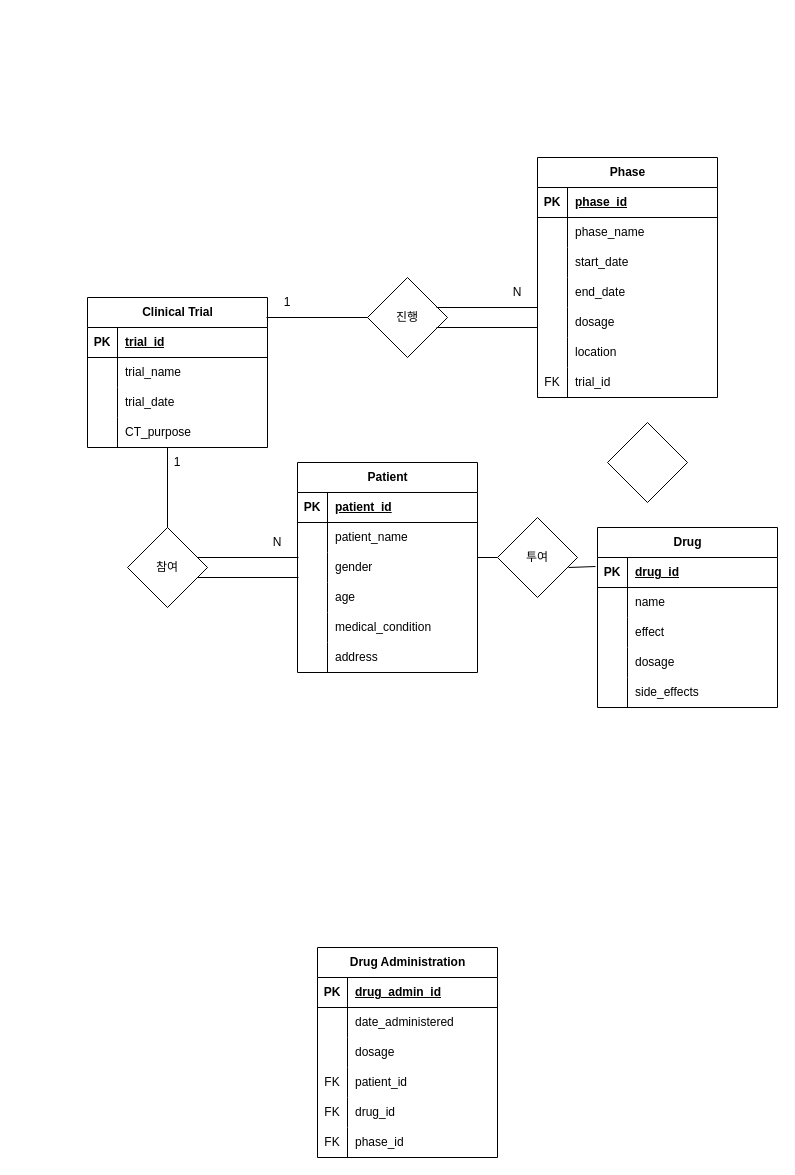
Above: 제목 없는 다이어그램.drawio in Daon312/githubtest (draw.io), before the change. Source tidied: cells renumbered, new cells numbered last; positions are measured from the earlier drawing's top-left corner, leaving out a move shared by most shapes. Both pictures are drawn from the tidied source at 100%, with x=0, y=0 at pixel (87, 157).
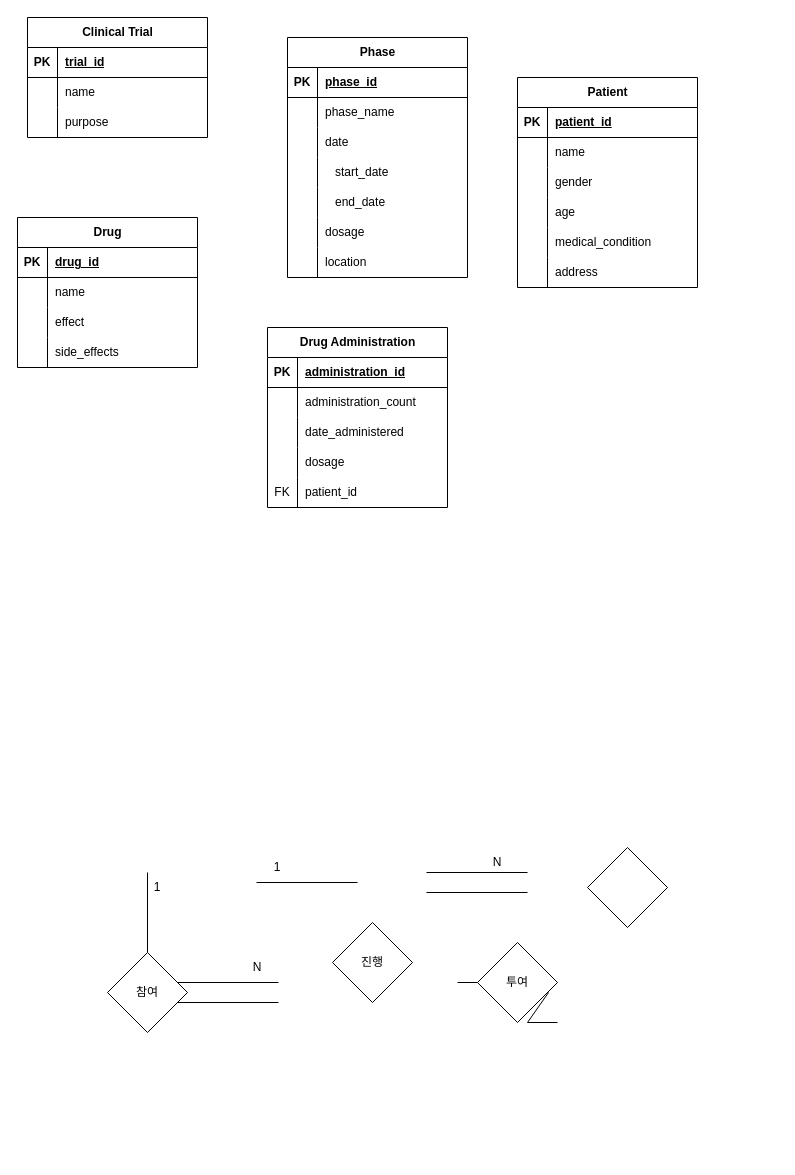
After the change.

Commit message (it also covers changes not shown here):
제목 없는 다이어그램.drawio 업데이트

The change refers to these unchanged cells:
```xml
<mxCell id="6" style="shape=tableRow;horizontal=0;startSize=0;swimlaneHead=0;swimlaneBody=0;fillColor=none;top=0;left=0;right=0;bottom=0;" parent="2" vertex="1">
  <mxGeometry y="60" width="180" height="30" as="geometry" />
</mxCell>
<mxCell id="22" style="shape=tableRow;horizontal=0;startSize=0;swimlaneHead=0;swimlaneBody=0;fillColor=none;top=0;left=0;right=0;bottom=0;" parent="15" vertex="1">
  <mxGeometry y="90" width="180" height="30" as="geometry" />
</mxCell>
<mxCell id="25" style="shape=tableRow;horizontal=0;startSize=0;swimlaneHead=0;swimlaneBody=0;fillColor=none;top=0;left=0;right=0;bottom=0;" parent="15" vertex="1">
  <mxGeometry y="120" width="180" height="30" as="geometry" />
</mxCell>
<mxCell id="28" style="shape=tableRow;horizontal=0;startSize=0;swimlaneHead=0;swimlaneBody=0;fillColor=none;top=0;left=0;right=0;bottom=0;" parent="15" vertex="1">
  <mxGeometry y="150" width="180" height="30" as="geometry" />
</mxCell>
<mxCell id="31" style="shape=tableRow;horizontal=0;startSize=0;swimlaneHead=0;swimlaneBody=0;fillColor=none;top=0;left=0;right=0;bottom=0;" parent="15" vertex="1">
  <mxGeometry y="180" width="180" height="30" as="geometry" />
</mxCell>
<mxCell id="34" style="shape=tableRow;horizontal=0;startSize=0;swimlaneHead=0;swimlaneBody=0;fillColor=none;top=0;left=0;right=0;bottom=0;" parent="15" vertex="1">
  <mxGeometry y="210" width="180" height="30" as="geometry" />
</mxCell>
<mxCell id="41" style="shape=tableRow;horizontal=0;startSize=0;swimlaneHead=0;swimlaneBody=0;fillColor=none;top=0;left=0;right=0;bottom=0;" parent="37" vertex="1">
  <mxGeometry y="60" width="180" height="30" as="geometry" />
</mxCell>
<mxCell id="57" style="shape=tableRow;horizontal=0;startSize=0;swimlaneHead=0;swimlaneBody=0;fillColor=none;points=[[0,0.5],[1,0.5]];portConstraint=eastwest;top=0;left=0;right=0;bottom=1;" parent="56" vertex="1">
  <mxGeometry y="30" width="180" height="30" as="geometry" />
</mxCell>
<mxCell id="73" style="shape=tableRow;horizontal=0;startSize=0;swimlaneHead=0;swimlaneBody=0;fillColor=none;top=0;left=0;right=0;bottom=1;" parent="72" vertex="1">
  <mxGeometry y="30" width="180" height="30" as="geometry" />
</mxCell>
<mxCell id="76" style="shape=tableRow;horizontal=0;startSize=0;swimlaneHead=0;swimlaneBody=0;fillColor=none;top=0;left=0;right=0;bottom=0;" parent="72" vertex="1">
  <mxGeometry y="60" width="180" height="30" as="geometry" />
</mxCell>
<mxCell id="79" style="shape=tableRow;horizontal=0;startSize=0;swimlaneHead=0;swimlaneBody=0;fillColor=none;top=0;left=0;right=0;bottom=0;" parent="72" vertex="1">
  <mxGeometry y="90" width="180" height="30" as="geometry" />
</mxCell>
```

Change to the diagram source:
```diff
@@
     <mxCell id="2" value="Clinical Trial" style="shape=table;startSize=30;childLayout=tableLayout;rowLines=0;fontStyle=1;align=center;html=1;" parent="1" vertex="1">
-      <mxGeometry y="140" width="180" height="150" as="geometry" />
+      <mxGeometry x="-60" y="-140" width="180" height="120" as="geometry" />
     </mxCell>
@@
-    <mxCell id="8" value="trial_name" style="shape=partialRectangle;fillColor=none;top=0;left=0;bottom=0;right=0;align=left;spacingLeft=6;overflow=hidden;whiteSpace=wrap;html=1;" parent="6" vertex="1">
+    <mxCell id="8" value="name" style="shape=partialRectangle;fillColor=none;top=0;left=0;bottom=0;right=0;align=left;spacingLeft=6;overflow=hidden;whiteSpace=wrap;html=1;" parent="6" vertex="1">
       <mxGeometry x="30" width="150" height="30" as="geometry" />
     </mxCell>
-    <mxCell id="9" style="shape=tableRow;horizontal=0;startSize=0;swimlaneHead=0;swimlaneBody=0;fillColor=none;top=0;left=0;right=0;bottom=0;" parent="2" vertex="1">
-      <mxGeometry y="90" width="180" height="30" as="geometry" />
-    </mxCell>
-    <mxCell id="10" style="shape=partialRectangle;fillColor=none;top=0;left=0;bottom=0;right=0;overflow=hidden;whiteSpace=wrap;html=1;" parent="9" vertex="1">
-      <mxGeometry width="30" height="30" as="geometry" />
-    </mxCell>
-    <mxCell id="11" value="trial_date" style="shape=partialRectangle;fillColor=none;top=0;left=0;bottom=0;right=0;align=left;spacingLeft=6;overflow=hidden;whiteSpace=wrap;html=1;" parent="9" vertex="1">
-      <mxGeometry x="30" width="150" height="30" as="geometry" />
-    </mxCell>
     <mxCell id="12" style="shape=tableRow;horizontal=0;startSize=0;swimlaneHead=0;swimlaneBody=0;fillColor=none;top=0;left=0;right=0;bottom=0;" parent="2" vertex="1">
-      <mxGeometry y="120" width="180" height="30" as="geometry" />
+      <mxGeometry y="90" width="180" height="30" as="geometry" />
     </mxCell>
@@
-    <mxCell id="14" value="CT_purpose" style="shape=partialRectangle;fillColor=none;top=0;left=0;bottom=0;right=0;align=left;spacingLeft=6;overflow=hidden;whiteSpace=wrap;html=1;" parent="12" vertex="1">
+    <mxCell id="14" value="purpose" style="shape=partialRectangle;fillColor=none;top=0;left=0;bottom=0;right=0;align=left;spacingLeft=6;overflow=hidden;whiteSpace=wrap;html=1;" parent="12" vertex="1">
       <mxGeometry x="30" width="150" height="30" as="geometry" />
     </mxCell>
     <mxCell id="15" value="Phase" style="shape=table;startSize=30;childLayout=tableLayout;rowLines=0;fontStyle=1;align=center;html=1;" parent="1" vertex="1">
-      <mxGeometry x="450" width="180" height="240" as="geometry" />
+      <mxGeometry x="200" y="-120" width="180" height="240" as="geometry" />
     </mxCell>
@@
-    <mxCell id="24" value="start_date" style="shape=partialRectangle;fillColor=none;top=0;left=0;bottom=0;right=0;align=left;spacingLeft=6;overflow=hidden;whiteSpace=wrap;html=1;" parent="22" vertex="1">
+    <mxCell id="24" value="date" style="shape=partialRectangle;fillColor=none;top=0;left=0;bottom=0;right=0;align=left;spacingLeft=6;overflow=hidden;whiteSpace=wrap;html=1;" parent="22" vertex="1">
       <mxGeometry x="30" width="150" height="30" as="geometry" />
     </mxCell>
@@
-    <mxCell id="27" value="end_date" style="shape=partialRectangle;fillColor=none;top=0;left=0;bottom=0;right=0;align=left;spacingLeft=6;overflow=hidden;whiteSpace=wrap;html=1;" parent="25" vertex="1">
+    <mxCell id="27" value="&amp;nbsp; &amp;nbsp;start_date" style="shape=partialRectangle;fillColor=none;top=0;left=0;bottom=0;right=0;align=left;spacingLeft=6;overflow=hidden;whiteSpace=wrap;html=1;" parent="25" vertex="1">
       <mxGeometry x="30" width="150" height="30" as="geometry" />
     </mxCell>
@@
-    <mxCell id="30" value="dosage" style="shape=partialRectangle;fillColor=none;top=0;left=0;bottom=0;right=0;align=left;spacingLeft=6;overflow=hidden;whiteSpace=wrap;html=1;" parent="28" vertex="1">
+    <mxCell id="30" value="&amp;nbsp; &amp;nbsp;end_date" style="shape=partialRectangle;fillColor=none;top=0;left=0;bottom=0;right=0;align=left;spacingLeft=6;overflow=hidden;whiteSpace=wrap;html=1;" parent="28" vertex="1">
       <mxGeometry x="30" width="150" height="30" as="geometry" />
     </mxCell>
@@
-    <mxCell id="33" value="location" style="shape=partialRectangle;fillColor=none;top=0;left=0;bottom=0;right=0;align=left;spacingLeft=6;overflow=hidden;whiteSpace=wrap;html=1;" parent="31" vertex="1">
+    <mxCell id="33" value="dosage" style="shape=partialRectangle;fillColor=none;top=0;left=0;bottom=0;right=0;align=left;spacingLeft=6;overflow=hidden;whiteSpace=wrap;html=1;" parent="31" vertex="1">
       <mxGeometry x="30" width="150" height="30" as="geometry" />
     </mxCell>
@@
-    <mxCell id="35" value="FK" style="shape=partialRectangle;fillColor=none;top=0;left=0;bottom=0;right=0;overflow=hidden;whiteSpace=wrap;html=1;" parent="34" vertex="1">
+    <mxCell id="35" style="shape=partialRectangle;fillColor=none;top=0;left=0;bottom=0;right=0;overflow=hidden;whiteSpace=wrap;html=1;" parent="34" vertex="1">
       <mxGeometry width="30" height="30" as="geometry" />
     </mxCell>
-    <mxCell id="36" value="trial_id" style="shape=partialRectangle;fillColor=none;top=0;left=0;bottom=0;right=0;align=left;spacingLeft=6;overflow=hidden;whiteSpace=wrap;html=1;" parent="34" vertex="1">
+    <mxCell id="36" value="location" style="shape=partialRectangle;fillColor=none;top=0;left=0;bottom=0;right=0;align=left;spacingLeft=6;overflow=hidden;whiteSpace=wrap;html=1;" parent="34" vertex="1">
       <mxGeometry x="30" width="150" height="30" as="geometry" />
     </mxCell>
     <mxCell id="37" value="Patient" style="shape=table;startSize=30;childLayout=tableLayout;rowLines=0;fontStyle=1;align=center;html=1;" parent="1" vertex="1">
-      <mxGeometry x="210" y="305" width="180" height="210" as="geometry" />
+      <mxGeometry x="430" y="-80" width="180" height="210" as="geometry" />
     </mxCell>
@@
-    <mxCell id="43" value="patient_name" style="shape=partialRectangle;fillColor=none;top=0;left=0;bottom=0;right=0;align=left;spacingLeft=6;overflow=hidden;whiteSpace=wrap;html=1;" parent="41" vertex="1">
+    <mxCell id="43" value="name" style="shape=partialRectangle;fillColor=none;top=0;left=0;bottom=0;right=0;align=left;spacingLeft=6;overflow=hidden;whiteSpace=wrap;html=1;" parent="41" vertex="1">
       <mxGeometry x="30" width="150" height="30" as="geometry" />
     </mxCell>
@@
     <mxCell id="56" value="Drug" style="shape=table;startSize=30;childLayout=tableLayout;rowLines=0;fontStyle=1;align=center;html=1;" parent="1" vertex="1">
-      <mxGeometry x="510" y="370" width="180" height="180" as="geometry" />
+      <mxGeometry x="-70" y="60" width="180" height="150" as="geometry" />
     </mxCell>
@@
-    <mxCell id="66" style="shape=tableRow;horizontal=0;startSize=0;swimlaneHead=0;swimlaneBody=0;fillColor=none;top=0;left=0;right=0;bottom=0;" parent="56" vertex="1">
-      <mxGeometry y="120" width="180" height="30" as="geometry" />
-    </mxCell>
-    <mxCell id="67" style="shape=partialRectangle;fillColor=none;top=0;left=0;bottom=0;right=0;overflow=hidden;whiteSpace=wrap;html=1;" parent="66" vertex="1">
-      <mxGeometry width="30" height="30" as="geometry" />
-    </mxCell>
-    <mxCell id="68" value="dosage" style="shape=partialRectangle;fillColor=none;top=0;left=0;bottom=0;right=0;align=left;spacingLeft=6;overflow=hidden;whiteSpace=wrap;html=1;" parent="66" vertex="1">
-      <mxGeometry x="30" width="150" height="30" as="geometry" />
-    </mxCell>
     <mxCell id="69" style="shape=tableRow;horizontal=0;startSize=0;swimlaneHead=0;swimlaneBody=0;fillColor=none;top=0;left=0;right=0;bottom=0;" parent="56" vertex="1">
-      <mxGeometry y="150" width="180" height="30" as="geometry" />
+      <mxGeometry y="120" width="180" height="30" as="geometry" />
     </mxCell>
@@
     <mxCell id="72" value="Drug Administration" style="shape=table;startSize=30;childLayout=tableLayout;rowLines=0;fontStyle=1;align=center;html=1;" parent="1" vertex="1">
-      <mxGeometry x="230" y="790" width="180" height="210" as="geometry" />
+      <mxGeometry x="180" y="170" width="180" height="180" as="geometry" />
     </mxCell>
@@
-    <mxCell id="75" value="drug_admin_id" style="shape=partialRectangle;fillColor=none;top=0;left=0;bottom=0;right=0;align=left;spacingLeft=6;fontStyle=5;overflow=hidden;whiteSpace=wrap;html=1;" parent="73" vertex="1">
+    <mxCell id="75" value="administration_id" style="shape=partialRectangle;fillColor=none;top=0;left=0;bottom=0;right=0;align=left;spacingLeft=6;fontStyle=5;overflow=hidden;whiteSpace=wrap;html=1;" parent="73" vertex="1">
       <mxGeometry x="30" width="150" height="30" as="geometry" />
     </mxCell>
@@
-    <mxCell id="78" value="date_administered" style="shape=partialRectangle;fillColor=none;top=0;left=0;bottom=0;right=0;align=left;spacingLeft=6;overflow=hidden;whiteSpace=wrap;html=1;" parent="76" vertex="1">
+    <mxCell id="78" value="administration_count" style="shape=partialRectangle;fillColor=none;top=0;left=0;bottom=0;right=0;align=left;spacingLeft=6;overflow=hidden;whiteSpace=wrap;html=1;" parent="76" vertex="1">
       <mxGeometry x="30" width="150" height="30" as="geometry" />
     </mxCell>
@@
-    <mxCell id="81" value="dosage" style="shape=partialRectangle;fillColor=none;top=0;left=0;bottom=0;right=0;align=left;spacingLeft=6;overflow=hidden;whiteSpace=wrap;html=1;" parent="79" vertex="1">
+    <mxCell id="81" value="date_administered" style="shape=partialRectangle;fillColor=none;top=0;left=0;bottom=0;right=0;align=left;spacingLeft=6;overflow=hidden;whiteSpace=wrap;html=1;" parent="79" vertex="1">
       <mxGeometry x="30" width="150" height="30" as="geometry" />
     </mxCell>
-    <mxCell id="82" style="shape=tableRow;horizontal=0;startSize=0;swimlaneHead=0;swimlaneBody=0;fillColor=none;top=0;left=0;right=0;bottom=0;" parent="72" vertex="1">
-      <mxGeometry y="120" width="180" height="30" as="geometry" />
-    </mxCell>
-    <mxCell id="83" value="FK" style="shape=partialRectangle;fillColor=none;top=0;left=0;bottom=0;right=0;overflow=hidden;whiteSpace=wrap;html=1;" parent="82" vertex="1">
-      <mxGeometry width="30" height="30" as="geometry" />
-    </mxCell>
-    <mxCell id="84" value="patient_id" style="shape=partialRectangle;fillColor=none;top=0;left=0;bottom=0;right=0;align=left;spacingLeft=6;overflow=hidden;whiteSpace=wrap;html=1;" parent="82" vertex="1">
-      <mxGeometry x="30" width="150" height="30" as="geometry" />
-    </mxCell>
     <mxCell id="85" style="shape=tableRow;horizontal=0;startSize=0;swimlaneHead=0;swimlaneBody=0;fillColor=none;top=0;left=0;right=0;bottom=0;" parent="72" vertex="1">
-      <mxGeometry y="150" width="180" height="30" as="geometry" />
+      <mxGeometry y="120" width="180" height="30" as="geometry" />
     </mxCell>
-    <mxCell id="86" value="FK" style="shape=partialRectangle;fillColor=none;top=0;left=0;bottom=0;right=0;overflow=hidden;whiteSpace=wrap;html=1;" parent="85" vertex="1">
+    <mxCell id="86" style="shape=partialRectangle;fillColor=none;top=0;left=0;bottom=0;right=0;overflow=hidden;whiteSpace=wrap;html=1;" parent="85" vertex="1">
       <mxGeometry width="30" height="30" as="geometry" />
     </mxCell>
-    <mxCell id="87" value="drug_id" style="shape=partialRectangle;fillColor=none;top=0;left=0;bottom=0;right=0;align=left;spacingLeft=6;overflow=hidden;whiteSpace=wrap;html=1;" parent="85" vertex="1">
+    <mxCell id="87" value="dosage" style="shape=partialRectangle;fillColor=none;top=0;left=0;bottom=0;right=0;align=left;spacingLeft=6;overflow=hidden;whiteSpace=wrap;html=1;" parent="85" vertex="1">
       <mxGeometry x="30" width="150" height="30" as="geometry" />
     </mxCell>
     <mxCell id="88" style="shape=tableRow;horizontal=0;startSize=0;swimlaneHead=0;swimlaneBody=0;fillColor=none;top=0;left=0;right=0;bottom=0;" parent="72" vertex="1">
-      <mxGeometry y="180" width="180" height="30" as="geometry" />
+      <mxGeometry y="150" width="180" height="30" as="geometry" />
     </mxCell>
@@
-    <mxCell id="90" value="phase_id" style="shape=partialRectangle;fillColor=none;top=0;left=0;bottom=0;right=0;align=left;spacingLeft=6;overflow=hidden;whiteSpace=wrap;html=1;" parent="88" vertex="1">
+    <mxCell id="90" value="patient_id" style="shape=partialRectangle;fillColor=none;top=0;left=0;bottom=0;right=0;align=left;spacingLeft=6;overflow=hidden;whiteSpace=wrap;html=1;" parent="88" vertex="1">
       <mxGeometry x="30" width="150" height="30" as="geometry" />
     </mxCell>
     <mxCell id="91" value="진행" style="rhombus;whiteSpace=wrap;html=1;" parent="1" vertex="1">
-      <mxGeometry x="280" y="120" width="80" height="80" as="geometry" />
+      <mxGeometry x="245" y="765" width="80" height="80" as="geometry" />
     </mxCell>
     <mxCell id="92" value="참여" style="rhombus;whiteSpace=wrap;html=1;" parent="1" vertex="1">
-      <mxGeometry x="40" y="370" width="80" height="80" as="geometry" />
+      <mxGeometry x="20" y="795" width="80" height="80" as="geometry" />
     </mxCell>
-    <mxCell id="93" style="endArrow=none;html=1;rounded=0;entryX=0;entryY=0.5;entryDx=0;entryDy=0;" parent="1" edge="1" target="91">
+    <mxCell id="93" style="endArrow=none;html=1;rounded=0;entryX=0;entryY=0.5;entryDx=0;entryDy=0;" parent="1" edge="1">
       <mxGeometry relative="1" as="geometry">
-        <mxPoint x="179" y="160" as="sourcePoint" />
+        <mxPoint x="169" y="725" as="sourcePoint" />
+        <mxPoint x="270" y="725" as="targetPoint" />
       </mxGeometry>
     </mxCell>
     <mxCell id="94" style="endArrow=none;html=1;rounded=0;entryX=0;entryY=0.5;entryDx=0;entryDy=0;" parent="1" edge="1">
       <mxGeometry relative="1" as="geometry">
-        <mxPoint x="349" y="150" as="sourcePoint" />
-        <mxPoint x="450" y="150" as="targetPoint" />
+        <mxPoint x="339" y="715" as="sourcePoint" />
+        <mxPoint x="440" y="715" as="targetPoint" />
       </mxGeometry>
     </mxCell>
     <mxCell id="95" style="endArrow=none;html=1;rounded=0;entryX=0;entryY=0.5;entryDx=0;entryDy=0;" parent="1" edge="1">
       <mxGeometry relative="1" as="geometry">
-        <mxPoint x="349" y="170" as="sourcePoint" />
-        <mxPoint x="450" y="170" as="targetPoint" />
+        <mxPoint x="339" y="735" as="sourcePoint" />
+        <mxPoint x="440" y="735" as="targetPoint" />
       </mxGeometry>
     </mxCell>
     <mxCell id="96" style="endArrow=none;html=1;rounded=0;entryX=0.5;entryY=0;entryDx=0;entryDy=0;" parent="1" edge="1" target="92">
       <mxGeometry relative="1" as="geometry">
-        <mxPoint x="80" y="290" as="sourcePoint" />
+        <mxPoint x="60" y="715" as="sourcePoint" />
       </mxGeometry>
     </mxCell>
     <mxCell id="97" style="endArrow=none;html=1;rounded=0;entryX=0;entryY=0.5;entryDx=0;entryDy=0;" parent="1" edge="1">
       <mxGeometry relative="1" as="geometry">
-        <mxPoint x="110" y="400" as="sourcePoint" />
-        <mxPoint x="211" y="400" as="targetPoint" />
+        <mxPoint x="90" y="825" as="sourcePoint" />
+        <mxPoint x="191" y="825" as="targetPoint" />
       </mxGeometry>
     </mxCell>
     <mxCell id="98" style="endArrow=none;html=1;rounded=0;entryX=0;entryY=0.5;entryDx=0;entryDy=0;" parent="1" edge="1">
       <mxGeometry relative="1" as="geometry">
-        <mxPoint x="110" y="420" as="sourcePoint" />
-        <mxPoint x="211" y="420" as="targetPoint" />
+        <mxPoint x="90" y="845" as="sourcePoint" />
+        <mxPoint x="191" y="845" as="targetPoint" />
       </mxGeometry>
     </mxCell>
     <mxCell id="99" value="1" style="text;html=1;align=center;verticalAlign=middle;whiteSpace=wrap;rounded=0;" parent="1" vertex="1">
-      <mxGeometry x="170" y="130" width="60" height="30" as="geometry" />
+      <mxGeometry x="160" y="695" width="60" height="30" as="geometry" />
     </mxCell>
     <mxCell id="100" value="1" style="text;html=1;align=center;verticalAlign=middle;whiteSpace=wrap;rounded=0;" parent="1" vertex="1">
-      <mxGeometry x="60" y="290" width="60" height="30" as="geometry" />
+      <mxGeometry x="40" y="715" width="60" height="30" as="geometry" />
     </mxCell>
     <mxCell id="101" value="N" style="text;html=1;align=center;verticalAlign=middle;whiteSpace=wrap;rounded=0;" parent="1" vertex="1">
-      <mxGeometry x="400" y="120" width="60" height="30" as="geometry" />
+      <mxGeometry x="380" y="690" width="60" height="30" as="geometry" />
     </mxCell>
     <mxCell id="102" value="N" style="text;html=1;align=center;verticalAlign=middle;whiteSpace=wrap;rounded=0;" parent="1" vertex="1">
-      <mxGeometry x="160" y="370" width="60" height="30" as="geometry" />
+      <mxGeometry x="140" y="795" width="60" height="30" as="geometry" />
     </mxCell>
     <mxCell id="103" value="투여" style="rhombus;whiteSpace=wrap;html=1;" parent="1" vertex="1">
-      <mxGeometry x="410" y="360" width="80" height="80" as="geometry" />
+      <mxGeometry x="390" y="785" width="80" height="80" as="geometry" />
     </mxCell>
     <mxCell id="104" style="endArrow=none;html=1;rounded=0;entryX=0;entryY=0.5;entryDx=0;entryDy=0;" parent="1" edge="1" target="103">
       <mxGeometry relative="1" as="geometry">
-        <mxPoint x="390" y="400" as="sourcePoint" />
+        <mxPoint x="370" y="825" as="sourcePoint" />
       </mxGeometry>
     </mxCell>
-    <mxCell id="105" style="endArrow=none;html=1;rounded=0;entryX=0.888;entryY=0.625;entryDx=0;entryDy=0;exitX=-0.011;exitY=0.3;exitDx=0;exitDy=0;exitPerimeter=0;entryPerimeter=0;" parent="1" edge="1" source="57" target="103">
-      <mxGeometry relative="1" as="geometry" />
+    <mxCell id="105" style="endArrow=none;html=1;rounded=0;entryX=0.888;entryY=0.625;entryDx=0;entryDy=0;entryPerimeter=0;" parent="1" edge="1" target="103">
+      <mxGeometry relative="1" as="geometry">
+        <mxPoint x="470" y="865" as="sourcePoint" />
+        <Array as="points">
+          <mxPoint x="440" y="865" />
+        </Array>
+      </mxGeometry>
     </mxCell>
     <mxCell id="106" style="rhombus;whiteSpace=wrap;html=1;" parent="1" vertex="1">
-      <mxGeometry x="520" y="265" width="80" height="80" as="geometry" />
+      <mxGeometry x="500" y="690" width="80" height="80" as="geometry" />
     </mxCell>
```
